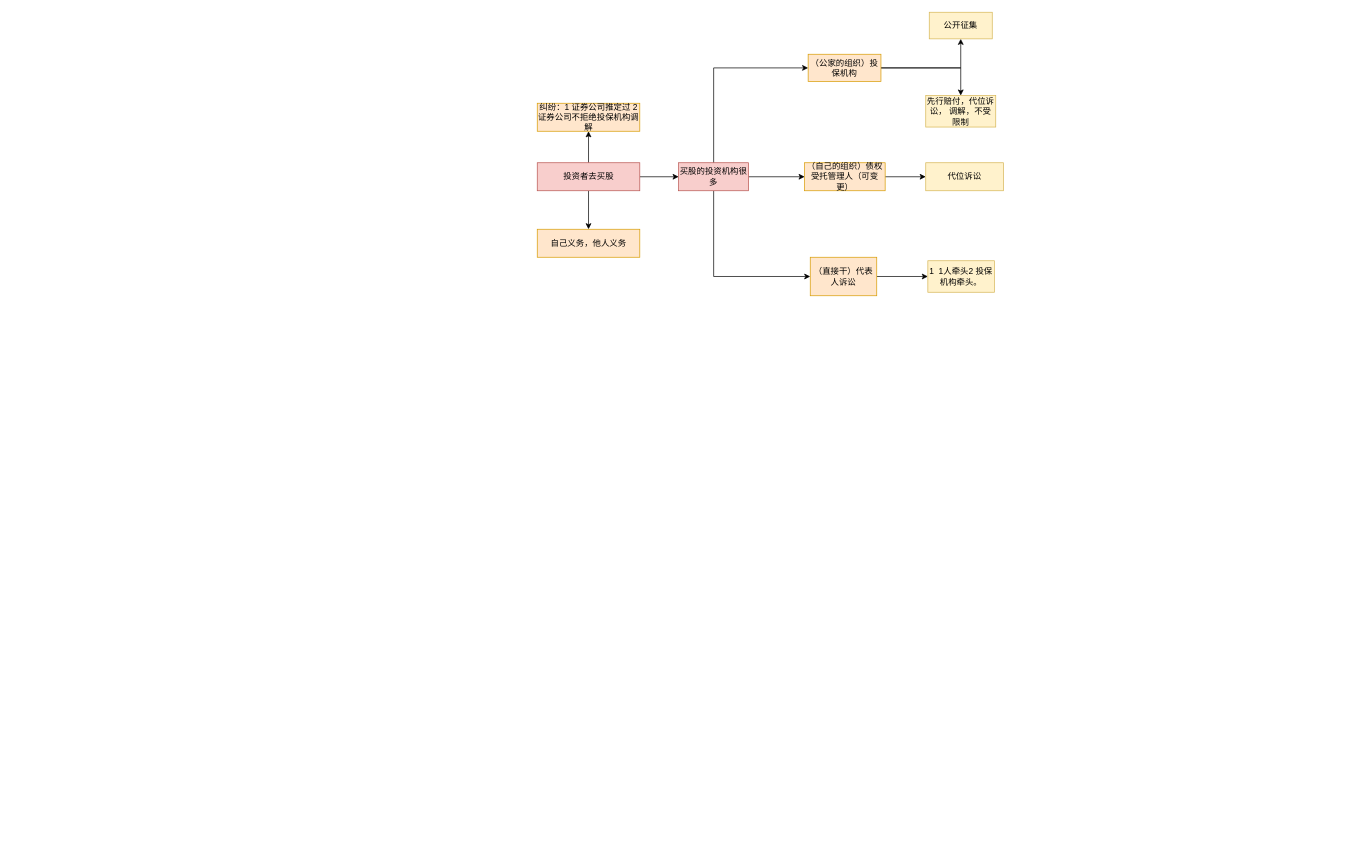
woshiduanli/Study keeps this draw.io diagram as 流程图文件/商经知/专题7证券法.drawio. Above is the earlier version. Source tidied: cells renumbered, new cells numbered last; positions are measured from the earlier drawing's top-left corner, leaving out a move shared by most shapes. Both pictures are drawn from the tidied source at 70%, with x=0, y=0 at pixel (537, 12).
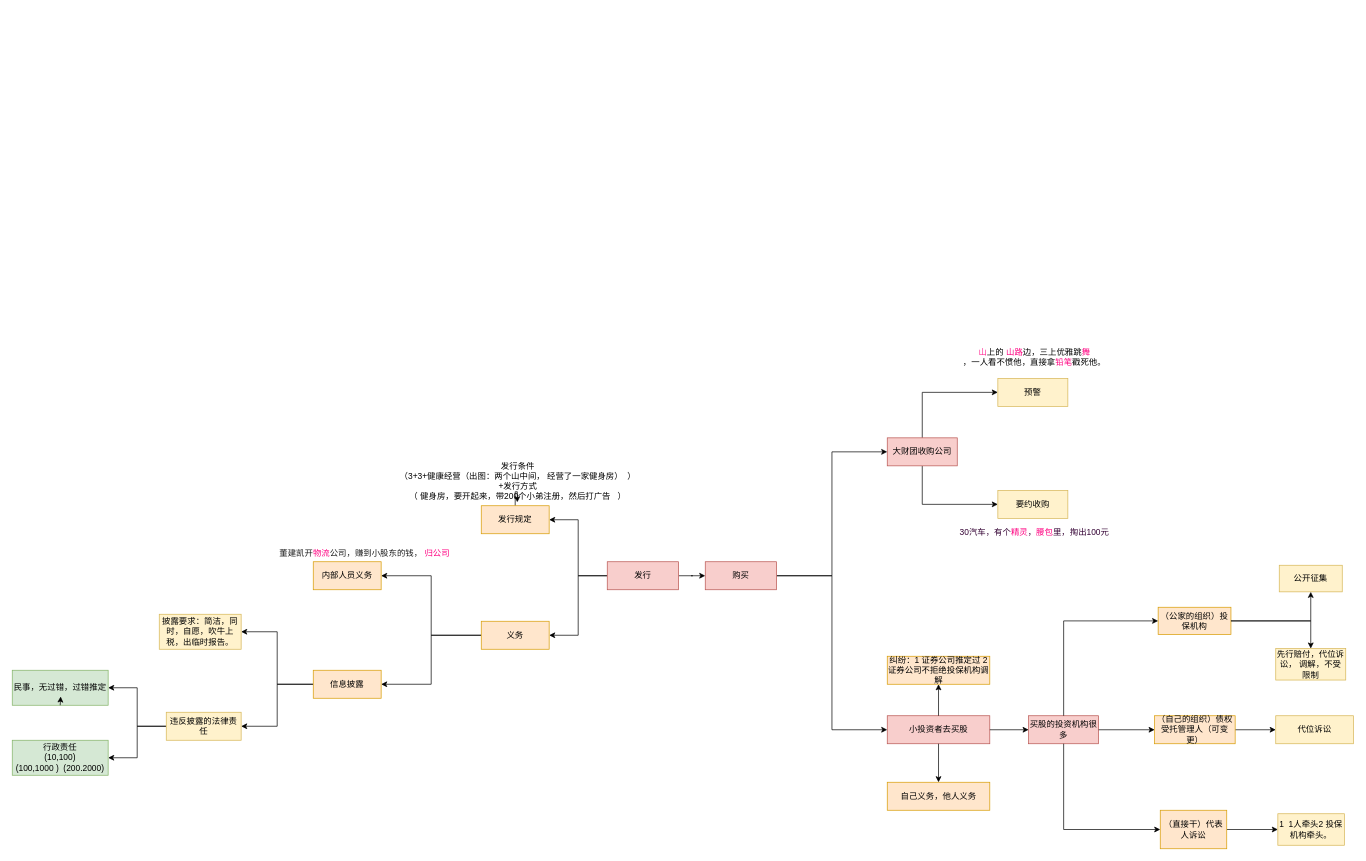
Above is the later version.

Commit message (it also covers changes not shown here):
更新专题7证券法.drawio

Change to the diagram source:
```diff
@@
-    <mxCell id="2" style="edgeStyle=orthogonalEdgeStyle;rounded=0;jettySize=auto;html=1;" parent="1" edge="1" source="5" target="6">
-      <mxGeometry relative="1" as="geometry" />
-    </mxCell>
-    <mxCell id="3" style="edgeStyle=orthogonalEdgeStyle;rounded=0;jettySize=auto;html=1;" parent="1" edge="1" source="5" target="7">
-      <mxGeometry relative="1" as="geometry" />
-    </mxCell>
-    <mxCell id="4" style="edgeStyle=orthogonalEdgeStyle;rounded=0;jettySize=auto;html=1;exitX=1;exitY=0.5;exitDx=0;exitDy=0;entryX=0;entryY=0.5;entryDx=0;entryDy=0;" parent="1" edge="1" source="5" target="20">
-      <mxGeometry relative="1" as="geometry" />
-    </mxCell>
-    <mxCell id="5" value="投资者去买股" style="rounded=0;whiteSpace=wrap;html=1;fillColor=#f8cecc;strokeColor=#b85450;" parent="1" vertex="1">
-      <mxGeometry y="215" width="146.5" height="40" as="geometry" />
-    </mxCell>
+    <mxCell id="24" style="edgeStyle=orthogonalEdgeStyle;rounded=0;jettySize=auto;html=1;entryX=1;entryY=0.5;entryDx=0;entryDy=0;fontFamily=Helvetica;fontSize=12;fontColor=#FF0080;" parent="1" edge="1" source="27" target="29">
+      <mxGeometry relative="1" as="geometry" />
+    </mxCell>
+    <mxCell id="25" style="edgeStyle=orthogonalEdgeStyle;rounded=0;jettySize=auto;html=1;exitX=0;exitY=0.5;exitDx=0;exitDy=0;entryX=1;entryY=0.5;entryDx=0;entryDy=0;fontFamily=Helvetica;fontSize=12;fontColor=#FF0080;" parent="1" edge="1" source="27" target="32">
+      <mxGeometry relative="1" as="geometry" />
+    </mxCell>
+    <mxCell id="26" style="edgeStyle=orthogonalEdgeStyle;rounded=0;jettySize=auto;html=1;exitX=1;exitY=0.5;exitDx=0;exitDy=0;fontFamily=Helvetica;fontSize=12;fontColor=#FF0080;" parent="1" edge="1" source="27" target="60">
+      <mxGeometry relative="1" as="geometry" />
+    </mxCell>
+    <mxCell id="27" value="发行" style="rounded=0;whiteSpace=wrap;html=1;fillColor=#f8cecc;strokeColor=#b85450;" parent="1" vertex="1">
+      <mxGeometry x="100" y="785" width="102" height="40" as="geometry" />
+    </mxCell>
+    <mxCell id="28" style="edgeStyle=orthogonalEdgeStyle;rounded=0;jettySize=auto;html=1;fontFamily=Helvetica;fontSize=12;fontColor=default;" parent="1" edge="1" source="29" target="38">
+      <mxGeometry relative="1" as="geometry" />
+    </mxCell>
+    <mxCell id="29" value="发行规定" style="rounded=0;whiteSpace=wrap;html=1;fillColor=#ffe6cc;strokeColor=#d79b00;" parent="1" vertex="1">
+      <mxGeometry x="-80" y="705" width="97" height="40" as="geometry" />
+    </mxCell>
+    <mxCell id="30" style="edgeStyle=orthogonalEdgeStyle;rounded=0;jettySize=auto;html=1;exitX=0;exitY=0.5;exitDx=0;exitDy=0;entryX=1;entryY=0.5;entryDx=0;entryDy=0;fontFamily=Helvetica;fontSize=12;fontColor=#FF0080;" parent="1" edge="1" source="32" target="42">
+      <mxGeometry relative="1" as="geometry" />
+    </mxCell>
+    <mxCell id="31" style="edgeStyle=orthogonalEdgeStyle;rounded=0;jettySize=auto;html=1;exitX=0;exitY=0.5;exitDx=0;exitDy=0;entryX=1;entryY=0.5;entryDx=0;entryDy=0;fontFamily=Helvetica;fontSize=12;fontColor=#FF0080;" parent="1" edge="1" source="32" target="45">
+      <mxGeometry relative="1" as="geometry" />
+    </mxCell>
+    <mxCell id="32" value="义务" style="rounded=0;whiteSpace=wrap;html=1;fillColor=#ffe6cc;strokeColor=#d79b00;" parent="1" vertex="1">
+      <mxGeometry x="-80" y="870" width="97" height="40" as="geometry" />
+    </mxCell>
+    <mxCell id="33" style="edgeStyle=orthogonalEdgeStyle;rounded=0;jettySize=auto;html=1;exitX=0.5;exitY=0;exitDx=0;exitDy=0;entryX=0;entryY=0.5;entryDx=0;entryDy=0;fontFamily=Helvetica;fontSize=12;fontColor=default;" parent="1" edge="1" source="35" target="36">
+      <mxGeometry relative="1" as="geometry" />
+    </mxCell>
+    <mxCell id="34" style="edgeStyle=orthogonalEdgeStyle;rounded=0;jettySize=auto;html=1;exitX=0.5;exitY=1;exitDx=0;exitDy=0;entryX=0;entryY=0.5;entryDx=0;entryDy=0;fontFamily=Helvetica;fontSize=12;fontColor=default;" parent="1" edge="1" source="35" target="37">
+      <mxGeometry relative="1" as="geometry" />
+    </mxCell>
+    <mxCell id="35" value="大财团收购公司" style="whiteSpace=wrap;html=1;fillColor=#f8cecc;strokeColor=#b85450;" parent="1" vertex="1">
+      <mxGeometry x="500" y="608" width="100" height="40" as="geometry" />
+    </mxCell>
+    <mxCell id="36" value="预警" style="whiteSpace=wrap;html=1;fillColor=#fff2cc;strokeColor=#d6b656;" parent="1" vertex="1">
+      <mxGeometry x="658" y="523" width="100" height="40" as="geometry" />
+    </mxCell>
+    <mxCell id="37" value="要约收购" style="whiteSpace=wrap;html=1;fillColor=#fff2cc;strokeColor=#d6b656;" parent="1" vertex="1">
+      <mxGeometry x="658" y="683" width="100" height="40" as="geometry" />
+    </mxCell>
+    <mxCell id="38" value="发行条件&lt;br&gt;（3+3+健康经营（出图：两个山中间， 经营了一家健身房）&amp;nbsp; ）&lt;br&gt;+发行方式 &lt;br&gt;（ 健身房，要开起来，带200个小弟注册，然后打广告&amp;nbsp; &amp;nbsp;）" style="text;html=1;align=center;verticalAlign=middle;points=[];strokeColor=none;fillColor=none;fontSize=12;fontFamily=Helvetica;fontColor=default;" parent="1" vertex="1">
+      <mxGeometry x="-203.5" y="640" width="350" height="60" as="geometry" />
+    </mxCell>
+    <mxCell id="39" value="&lt;font color=&quot;#ff3399&quot;&gt;山&lt;/font&gt;上的 &lt;font color=&quot;#ff0080&quot;&gt;山路&lt;/font&gt;边，三上优雅跳&lt;font color=&quot;#ff0080&quot;&gt;舞&lt;/font&gt;&lt;br&gt;，一人看不惯他，直接拿&lt;font color=&quot;#ff0080&quot;&gt;铅笔&lt;/font&gt;戳死他。" style="text;html=1;align=center;verticalAlign=middle;strokeColor=none;fillColor=none;fontSize=12;fontFamily=Helvetica;fontColor=default;" parent="1" vertex="1">
+      <mxGeometry x="600" y="478" width="220" height="30" as="geometry" />
+    </mxCell>
+    <mxCell id="40" value="&lt;font color=&quot;#1a1a1a&quot;&gt;董建凯开&lt;/font&gt;物流&lt;font color=&quot;#1a1a1a&quot;&gt;公司，赚到小股东的钱， &lt;/font&gt;归公司" style="text;whiteSpace=wrap;html=1;fontSize=12;fontFamily=Helvetica;fontColor=#FF0080;" parent="1" vertex="1">
+      <mxGeometry x="-370" y="760" width="270" height="30" as="geometry" />
+    </mxCell>
+    <mxCell id="41" value="&lt;font color=&quot;#330033&quot;&gt;30汽车，有个&lt;/font&gt;精灵&lt;font color=&quot;#330033&quot;&gt;，&lt;/font&gt;腰包&lt;font color=&quot;#330033&quot;&gt;里，掏出100元&lt;/font&gt;" style="text;html=1;align=center;verticalAlign=middle;strokeColor=none;fillColor=none;fontSize=12;fontFamily=Helvetica;fontColor=#FF0080;" parent="1" vertex="1">
+      <mxGeometry x="595" y="733" width="230" height="20" as="geometry" />
+    </mxCell>
+    <mxCell id="42" value="内部人员义务" style="rounded=0;whiteSpace=wrap;html=1;fillColor=#ffe6cc;strokeColor=#d79b00;" parent="1" vertex="1">
+      <mxGeometry x="-320" y="785" width="97" height="40" as="geometry" />
+    </mxCell>
+    <mxCell id="43" style="edgeStyle=orthogonalEdgeStyle;rounded=0;jettySize=auto;html=1;exitX=0;exitY=0.5;exitDx=0;exitDy=0;entryX=1;entryY=0.5;entryDx=0;entryDy=0;fontFamily=Helvetica;fontSize=12;fontColor=#FF0080;" parent="1" edge="1" source="45" target="46">
+      <mxGeometry relative="1" as="geometry" />
+    </mxCell>
+    <mxCell id="44" style="edgeStyle=orthogonalEdgeStyle;rounded=0;jettySize=auto;html=1;exitX=0;exitY=0.5;exitDx=0;exitDy=0;entryX=1;entryY=0.5;entryDx=0;entryDy=0;fontFamily=Helvetica;fontSize=12;fontColor=#FF0080;" parent="1" edge="1" source="45" target="49">
+      <mxGeometry relative="1" as="geometry" />
+    </mxCell>
+    <mxCell id="45" value="信息披露" style="rounded=0;whiteSpace=wrap;html=1;fillColor=#ffe6cc;strokeColor=#d79b00;" parent="1" vertex="1">
+      <mxGeometry x="-320" y="940" width="97" height="40" as="geometry" />
+    </mxCell>
+    <mxCell id="46" value="披露要求：简洁，同时，自愿，吹牛上税，出临时报告。" style="rounded=0;whiteSpace=wrap;html=1;fillColor=#fff2cc;strokeColor=#d6b656;" parent="1" vertex="1">
+      <mxGeometry x="-540" y="860" width="117" height="50" as="geometry" />
+    </mxCell>
+    <mxCell id="47" style="edgeStyle=orthogonalEdgeStyle;rounded=0;jettySize=auto;html=1;entryX=1;entryY=0.5;entryDx=0;entryDy=0;fontFamily=Helvetica;fontSize=12;fontColor=#FF0080;" parent="1" edge="1" source="49" target="51">
+      <mxGeometry relative="1" as="geometry" />
+    </mxCell>
+    <mxCell id="48" style="edgeStyle=orthogonalEdgeStyle;rounded=0;jettySize=auto;html=1;exitX=0;exitY=0.5;exitDx=0;exitDy=0;entryX=1;entryY=0.5;entryDx=0;entryDy=0;fontFamily=Helvetica;fontSize=12;fontColor=#FF0080;" parent="1" edge="1" source="49" target="50">
+      <mxGeometry relative="1" as="geometry" />
+    </mxCell>
+    <mxCell id="49" value="违反披露的法律责任" style="rounded=0;whiteSpace=wrap;html=1;fillColor=#fff2cc;strokeColor=#d6b656;" parent="1" vertex="1">
+      <mxGeometry x="-530" y="1000" width="107" height="40" as="geometry" />
+    </mxCell>
+    <mxCell id="50" value="行政责任&lt;br&gt;(10,100)&lt;br&gt;(100,1000 )&amp;nbsp; (200.2000)" style="rounded=0;whiteSpace=wrap;html=1;fillColor=#d5e8d4;strokeColor=#82b366;" parent="1" vertex="1">
+      <mxGeometry x="-750" y="1040" width="137" height="50" as="geometry" />
+    </mxCell>
+    <mxCell id="51" value="民事，无过错，过错推定" style="rounded=0;whiteSpace=wrap;html=1;fillColor=#d5e8d4;strokeColor=#82b366;" parent="1" vertex="1">
+      <mxGeometry x="-750" y="940" width="137" height="50" as="geometry" />
+    </mxCell>
+    <mxCell id="52" style="edgeStyle=orthogonalEdgeStyle;rounded=0;orthogonalLoop=1;jettySize=auto;html=1;exitX=0.5;exitY=1;exitDx=0;exitDy=0;entryX=0.505;entryY=0.75;entryDx=0;entryDy=0;entryPerimeter=0;fontFamily=Helvetica;fontSize=12;fontColor=#FF0080;" parent="1" edge="1" source="51" target="51">
+      <mxGeometry relative="1" as="geometry" />
+    </mxCell>
+    <mxCell id="53" style="group;" parent="1" vertex="1">
+      <mxGeometry x="500" y="790" width="666" height="405" as="geometry" />
+    </mxCell>
+    <mxCell id="54" value="小投资者去买股" style="rounded=0;whiteSpace=wrap;html=1;fillColor=#f8cecc;strokeColor=#b85450;" parent="53" vertex="1">
+      <mxGeometry y="215" width="146.5" height="40" as="geometry" />
+    </mxCell>
-    <mxCell id="6" value="自己义务，他人义务" style="rounded=0;whiteSpace=wrap;html=1;fillColor=#ffe6cc;strokeColor=#d79b00;" parent="1" vertex="1">
+    <mxCell id="6" value="自己义务，他人义务" style="rounded=0;whiteSpace=wrap;html=1;fillColor=#ffe6cc;strokeColor=#d79b00;" parent="53" vertex="1">
       <mxGeometry y="310" width="146.5" height="40" as="geometry" />
     </mxCell>
+    <mxCell id="55" style="edgeStyle=orthogonalEdgeStyle;rounded=0;jettySize=auto;html=1;" parent="53" edge="1" source="54" target="6">
+      <mxGeometry relative="1" as="geometry" />
+    </mxCell>
-    <mxCell id="7" value="纠纷：1 证券公司推定过 2 证券公司不拒绝投保机构调解" style="rounded=0;whiteSpace=wrap;html=1;fillColor=#ffe6cc;strokeColor=#d79b00;" parent="1" vertex="1">
+    <mxCell id="7" value="纠纷：1 证券公司推定过 2 证券公司不拒绝投保机构调解" style="rounded=0;whiteSpace=wrap;html=1;fillColor=#ffe6cc;strokeColor=#d79b00;" parent="53" vertex="1">
       <mxGeometry y="130" width="146.5" height="40" as="geometry" />
     </mxCell>
-    <mxCell id="8" style="edgeStyle=orthogonalEdgeStyle;rounded=0;jettySize=auto;html=1;exitX=1;exitY=0.5;exitDx=0;exitDy=0;" parent="1" edge="1" source="21" target="10">
-      <mxGeometry relative="1" as="geometry" />
-    </mxCell>
-    <mxCell id="9" style="edgeStyle=orthogonalEdgeStyle;rounded=0;jettySize=auto;html=1;exitX=1;exitY=0.5;exitDx=0;exitDy=0;" parent="1" edge="1" source="21" target="11">
-      <mxGeometry relative="1" as="geometry" />
-    </mxCell>
+    <mxCell id="56" style="edgeStyle=orthogonalEdgeStyle;rounded=0;jettySize=auto;html=1;" parent="53" edge="1" source="54" target="7">
+      <mxGeometry relative="1" as="geometry" />
+    </mxCell>
-    <mxCell id="10" value="公开征集" style="whiteSpace=wrap;html=1;fillColor=#fff2cc;strokeColor=#d6b656;" parent="1" vertex="1">
+    <mxCell id="10" value="公开征集" style="whiteSpace=wrap;html=1;fillColor=#fff2cc;strokeColor=#d6b656;" parent="53" vertex="1">
       <mxGeometry x="560" width="90" height="38" as="geometry" />
     </mxCell>
-    <mxCell id="11" value="先行赔付，代位诉讼， 调解，不受限制" style="whiteSpace=wrap;html=1;fillColor=#fff2cc;strokeColor=#d6b656;" parent="1" vertex="1">
+    <mxCell id="11" value="先行赔付，代位诉讼， 调解，不受限制" style="whiteSpace=wrap;html=1;fillColor=#fff2cc;strokeColor=#d6b656;" parent="53" vertex="1">
       <mxGeometry x="555" y="119" width="100" height="45" as="geometry" />
     </mxCell>
-    <mxCell id="12" style="edgeStyle=orthogonalEdgeStyle;rounded=0;orthogonalLoop=1;jettySize=auto;html=1;exitX=0.5;exitY=1;exitDx=0;exitDy=0;" parent="1" edge="1" source="10" target="10">
+    <mxCell id="12" style="edgeStyle=orthogonalEdgeStyle;rounded=0;orthogonalLoop=1;jettySize=auto;html=1;exitX=0.5;exitY=1;exitDx=0;exitDy=0;" parent="53" edge="1" source="10" target="10">
       <mxGeometry relative="1" as="geometry" />
     </mxCell>
-    <mxCell id="13" value="代位诉讼" style="whiteSpace=wrap;html=1;fillColor=#fff2cc;strokeColor=#d6b656;" parent="1" vertex="1">
+    <mxCell id="13" value="代位诉讼" style="whiteSpace=wrap;html=1;fillColor=#fff2cc;strokeColor=#d6b656;" parent="53" vertex="1">
       <mxGeometry x="555" y="215" width="111" height="40" as="geometry" />
     </mxCell>
-    <mxCell id="14" style="edgeStyle=orthogonalEdgeStyle;rounded=0;jettySize=auto;html=1;" parent="1" edge="1" source="23" target="13">
+    <mxCell id="14" style="edgeStyle=orthogonalEdgeStyle;rounded=0;jettySize=auto;html=1;" parent="53" edge="1" source="23" target="13">
       <mxGeometry relative="1" as="geometry" />
     </mxCell>
-    <mxCell id="15" value="1&amp;nbsp; 1人牵头2 投保机构牵头。" style="whiteSpace=wrap;html=1;fillColor=#fff2cc;strokeColor=#d6b656;" parent="1" vertex="1">
+    <mxCell id="15" value="1&amp;nbsp; 1人牵头2 投保机构牵头。" style="whiteSpace=wrap;html=1;fillColor=#fff2cc;strokeColor=#d6b656;" parent="53" vertex="1">
       <mxGeometry x="558" y="355" width="95" height="45" as="geometry" />
     </mxCell>
-    <mxCell id="16" style="edgeStyle=orthogonalEdgeStyle;rounded=0;jettySize=auto;html=1;" parent="1" edge="1" source="22" target="15">
+    <mxCell id="16" style="edgeStyle=orthogonalEdgeStyle;rounded=0;jettySize=auto;html=1;" parent="53" edge="1" source="22" target="15">
       <mxGeometry relative="1" as="geometry" />
     </mxCell>
+    <mxCell id="20" value="买股的投资机构很多" style="whiteSpace=wrap;html=1;fillColor=#f8cecc;strokeColor=#b85450;" parent="53" vertex="1">
+      <mxGeometry x="202" y="215" width="100" height="40" as="geometry" />
+    </mxCell>
+    <mxCell id="57" style="edgeStyle=orthogonalEdgeStyle;rounded=0;jettySize=auto;html=1;exitX=1;exitY=0.5;exitDx=0;exitDy=0;entryX=0;entryY=0.5;entryDx=0;entryDy=0;" parent="53" edge="1" source="54" target="20">
+      <mxGeometry relative="1" as="geometry" />
+    </mxCell>
+    <mxCell id="21" value="（公家的组织）投保机构" style="whiteSpace=wrap;html=1;fillColor=#ffe6cc;strokeColor=#d79b00;" parent="53" vertex="1">
+      <mxGeometry x="387" y="60" width="104" height="39" as="geometry" />
+    </mxCell>
+    <mxCell id="8" style="edgeStyle=orthogonalEdgeStyle;rounded=0;jettySize=auto;html=1;exitX=1;exitY=0.5;exitDx=0;exitDy=0;" parent="53" edge="1" source="21" target="10">
+      <mxGeometry relative="1" as="geometry" />
+    </mxCell>
+    <mxCell id="9" style="edgeStyle=orthogonalEdgeStyle;rounded=0;jettySize=auto;html=1;exitX=1;exitY=0.5;exitDx=0;exitDy=0;" parent="53" edge="1" source="21" target="11">
+      <mxGeometry relative="1" as="geometry" />
+    </mxCell>
+    <mxCell id="19" style="edgeStyle=orthogonalEdgeStyle;rounded=0;jettySize=auto;html=1;exitX=0.5;exitY=0;exitDx=0;exitDy=0;entryX=0;entryY=0.5;entryDx=0;entryDy=0;" parent="53" edge="1" source="20" target="21">
+      <mxGeometry relative="1" as="geometry" />
+    </mxCell>
+    <mxCell id="22" value="（直接干）代表人诉讼" style="whiteSpace=wrap;html=1;fillColor=#ffe6cc;strokeColor=#d79b00;" parent="53" vertex="1">
+      <mxGeometry x="390" y="350" width="95" height="55" as="geometry" />
+    </mxCell>
+    <mxCell id="18" style="edgeStyle=orthogonalEdgeStyle;rounded=0;jettySize=auto;html=1;exitX=0.5;exitY=1;exitDx=0;exitDy=0;entryX=0;entryY=0.5;entryDx=0;entryDy=0;" parent="53" edge="1" source="20" target="22">
+      <mxGeometry relative="1" as="geometry" />
+    </mxCell>
+    <mxCell id="23" value="（自己的组织）债权受托管理人（可变更）" style="whiteSpace=wrap;html=1;fillColor=#ffe6cc;strokeColor=#d79b00;" parent="53" vertex="1">
+      <mxGeometry x="382" y="215" width="115" height="40" as="geometry" />
+    </mxCell>
-    <mxCell id="17" style="edgeStyle=orthogonalEdgeStyle;rounded=0;jettySize=auto;html=1;exitX=1;exitY=0.5;exitDx=0;exitDy=0;entryX=0;entryY=0.5;entryDx=0;entryDy=0;" parent="1" edge="1" source="20" target="23">
+    <mxCell id="17" style="edgeStyle=orthogonalEdgeStyle;rounded=0;jettySize=auto;html=1;exitX=1;exitY=0.5;exitDx=0;exitDy=0;entryX=0;entryY=0.5;entryDx=0;entryDy=0;" parent="53" edge="1" source="20" target="23">
       <mxGeometry relative="1" as="geometry" />
     </mxCell>
-    <mxCell id="18" style="edgeStyle=orthogonalEdgeStyle;rounded=0;jettySize=auto;html=1;exitX=0.5;exitY=1;exitDx=0;exitDy=0;entryX=0;entryY=0.5;entryDx=0;entryDy=0;" parent="1" edge="1" source="20" target="22">
-      <mxGeometry relative="1" as="geometry" />
-    </mxCell>
-    <mxCell id="19" style="edgeStyle=orthogonalEdgeStyle;rounded=0;jettySize=auto;html=1;exitX=0.5;exitY=0;exitDx=0;exitDy=0;entryX=0;entryY=0.5;entryDx=0;entryDy=0;" parent="1" edge="1" source="20" target="21">
-      <mxGeometry relative="1" as="geometry" />
-    </mxCell>
-    <mxCell id="20" value="买股的投资机构很多" style="whiteSpace=wrap;html=1;fillColor=#f8cecc;strokeColor=#b85450;" parent="1" vertex="1">
-      <mxGeometry x="202" y="215" width="100" height="40" as="geometry" />
-    </mxCell>
-    <mxCell id="21" value="（公家的组织）投保机构" style="whiteSpace=wrap;html=1;fillColor=#ffe6cc;strokeColor=#d79b00;" parent="1" vertex="1">
-      <mxGeometry x="387" y="60" width="104" height="39" as="geometry" />
-    </mxCell>
-    <mxCell id="22" value="（直接干）代表人诉讼" style="whiteSpace=wrap;html=1;fillColor=#ffe6cc;strokeColor=#d79b00;" parent="1" vertex="1">
-      <mxGeometry x="390" y="350" width="95" height="55" as="geometry" />
-    </mxCell>
-    <mxCell id="23" value="（自己的组织）债权受托管理人（可变更）" style="whiteSpace=wrap;html=1;fillColor=#ffe6cc;strokeColor=#d79b00;" parent="1" vertex="1">
-      <mxGeometry x="382" y="215" width="115" height="40" as="geometry" />
-    </mxCell>
+    <mxCell id="58" style="edgeStyle=orthogonalEdgeStyle;rounded=0;jettySize=auto;html=1;entryX=0;entryY=0.5;entryDx=0;entryDy=0;fontFamily=Helvetica;fontSize=12;fontColor=#FF0080;" parent="1" edge="1" source="60" target="35">
+      <mxGeometry relative="1" as="geometry" />
+    </mxCell>
+    <mxCell id="59" style="edgeStyle=orthogonalEdgeStyle;rounded=0;jettySize=auto;html=1;exitX=1;exitY=0.5;exitDx=0;exitDy=0;entryX=0;entryY=0.5;entryDx=0;entryDy=0;fontFamily=Helvetica;fontSize=12;fontColor=#FF0080;" parent="1" edge="1" source="60" target="54">
+      <mxGeometry relative="1" as="geometry" />
+    </mxCell>
+    <mxCell id="60" value="购买" style="rounded=0;whiteSpace=wrap;html=1;fillColor=#f8cecc;strokeColor=#b85450;" parent="1" vertex="1">
+      <mxGeometry x="240" y="785" width="102" height="40" as="geometry" />
+    </mxCell>
```
